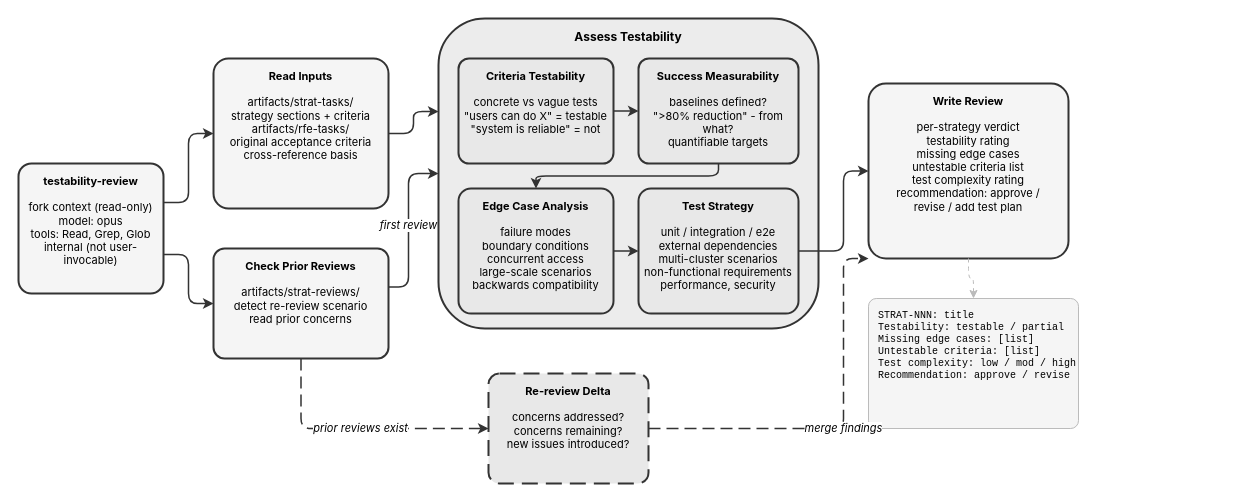
This is site/docs/plugins/rfe-creator/testability-review.drawio from fege/skills-registry, a draw.io file, before an edit. Source tidied: cells renumbered, new cells numbered last; positions are measured from the earlier drawing's top-left corner, leaving out a move shared by most shapes. Both pictures are drawn from the tidied source at 100%, with x=0, y=0 at pixel (18, 18).
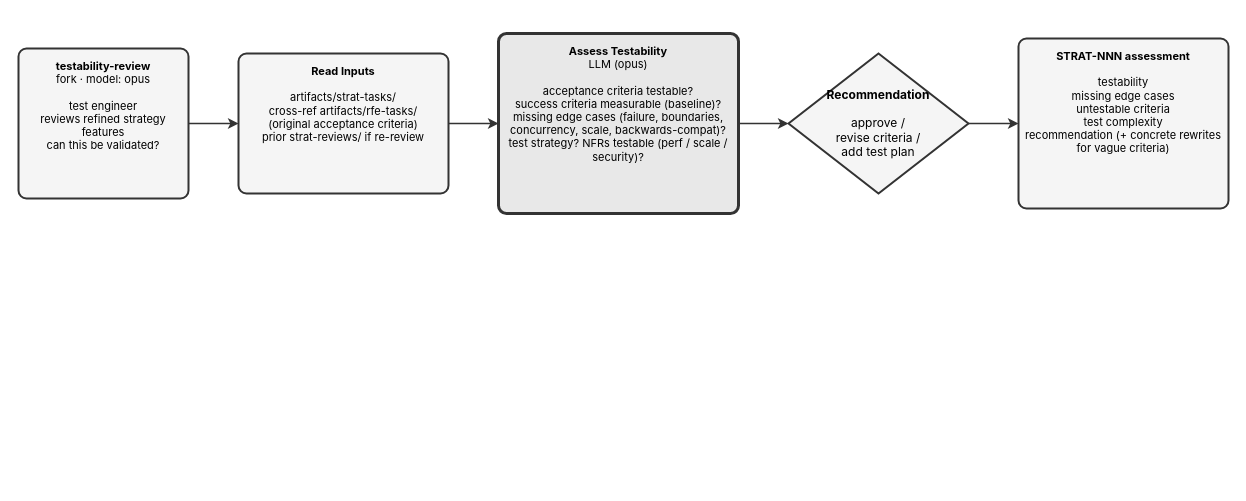
The same diagram, later.

Diff of the diagram source:
```diff
@@
-    <mxCell id="2" value="&lt;b&gt;testability-review&lt;/b&gt;&lt;br&gt;&lt;br&gt;fork context (read-only)&lt;br&gt;model: opus&lt;br&gt;tools: Read, Grep, Glob&lt;br&gt;internal (not user-invocable)" style="rounded=1;whiteSpace=wrap;html=1;fillColor=#f5f5f5;strokeColor=#333333;strokeWidth=2;arcSize=10;verticalAlign=top;spacingTop=5;fontSize=11;fontFamily=Inter,Helvetica,Arial,sans-serif;" parent="1" vertex="1">
-      <mxGeometry y="145" width="145" height="130" as="geometry" />
+    <mxCell id="2" value="&lt;b&gt;testability-review&lt;/b&gt;&lt;br&gt;fork &amp;middot; model: opus&lt;br&gt;&lt;br&gt;test engineer&lt;br&gt;reviews refined strategy features&lt;br&gt;can this be validated?" style="rounded=1;whiteSpace=wrap;html=1;fillColor=#f5f5f5;strokeColor=#333333;strokeWidth=2;verticalAlign=top;spacingTop=5;fontSize=11;fontFamily=Inter,Helvetica,Arial,sans-serif;arcSize=16;absoluteArcSize=1;" parent="1" vertex="1">
+      <mxGeometry y="30" width="170" height="150" as="geometry" />
     </mxCell>
-    <mxCell id="3" value="&lt;b&gt;Read Inputs&lt;/b&gt;&lt;br&gt;&lt;br&gt;artifacts/strat-tasks/&lt;br&gt;strategy sections + criteria&lt;br&gt;artifacts/rfe-tasks/&lt;br&gt;original acceptance criteria&lt;br&gt;cross-reference basis" style="rounded=1;whiteSpace=wrap;html=1;fillColor=#f5f5f5;strokeColor=#333333;strokeWidth=2;arcSize=10;verticalAlign=top;spacingTop=5;fontSize=11;fontFamily=Inter,Helvetica,Arial,sans-serif;" parent="1" vertex="1">
-      <mxGeometry x="195" y="40" width="175" height="150" as="geometry" />
+    <mxCell id="3" value="&lt;b&gt;Read Inputs&lt;/b&gt;&lt;br&gt;&lt;br&gt;artifacts/strat-tasks/&lt;br&gt;cross-ref artifacts/rfe-tasks/&lt;br&gt;(original acceptance criteria)&lt;br&gt;prior strat-reviews/ if re-review" style="rounded=1;whiteSpace=wrap;html=1;fillColor=#f5f5f5;strokeColor=#333333;strokeWidth=2;verticalAlign=top;spacingTop=5;fontSize=11;fontFamily=Inter,Helvetica,Arial,sans-serif;arcSize=16;absoluteArcSize=1;" parent="1" vertex="1">
+      <mxGeometry x="220" y="35" width="210" height="140" as="geometry" />
     </mxCell>
-    <mxCell id="4" value="&lt;b&gt;Check Prior Reviews&lt;/b&gt;&lt;br&gt;&lt;br&gt;artifacts/strat-reviews/&lt;br&gt;detect re-review scenario&lt;br&gt;read prior concerns" style="rounded=1;whiteSpace=wrap;html=1;fillColor=#f5f5f5;strokeColor=#333333;strokeWidth=2;arcSize=10;verticalAlign=top;spacingTop=5;fontSize=11;fontFamily=Inter,Helvetica,Arial,sans-serif;" parent="1" vertex="1">
-      <mxGeometry x="195" y="230" width="175" height="110" as="geometry" />
-    </mxCell>
-    <mxCell id="5" value="&lt;b&gt;Assess Testability&lt;/b&gt;" style="rounded=1;whiteSpace=wrap;html=1;fillColor=#ececec;strokeColor=#333333;strokeWidth=2;verticalAlign=top;spacingTop=5;fontSize=12;fontStyle=1;fontFamily=Inter,Helvetica,Arial,sans-serif;" parent="1" vertex="1">
-      <mxGeometry x="420" width="380" height="310" as="geometry" />
+    <mxCell id="5" value="&lt;b&gt;Assess Testability&lt;/b&gt;&lt;br&gt;LLM (opus)&lt;br&gt;&lt;br&gt;acceptance criteria testable?&lt;br&gt;success criteria measurable (baseline)?&lt;br&gt;missing edge cases (failure, boundaries, concurrency, scale, backwards-compat)?&lt;br&gt;test strategy? NFRs testable (perf / scale / security)?" style="rounded=1;whiteSpace=wrap;html=1;fillColor=#e8e8e8;strokeColor=#333333;strokeWidth=3;verticalAlign=top;spacingTop=5;fontSize=11;fontFamily=Inter,Helvetica,Arial,sans-serif;double=1;arcSize=16;absoluteArcSize=1;" parent="1" vertex="1">
+      <mxGeometry x="480" y="15" width="240" height="180" as="geometry" />
     </mxCell>
-    <mxCell id="6" value="&lt;b&gt;Criteria Testability&lt;/b&gt;&lt;br&gt;&lt;br&gt;concrete vs vague tests&lt;br&gt;&quot;users can do X&quot; = testable&lt;br&gt;&quot;system is reliable&quot; = not" style="rounded=1;whiteSpace=wrap;html=1;fillColor=#e8e8e8;strokeColor=#333333;strokeWidth=2;arcSize=10;verticalAlign=top;spacingTop=5;fontSize=11;fontFamily=Inter,Helvetica,Arial,sans-serif;" parent="5" vertex="1">
-      <mxGeometry x="20" y="40" width="155" height="105" as="geometry" />
-    </mxCell>
-    <mxCell id="7" value="&lt;b&gt;Success Measurability&lt;/b&gt;&lt;br&gt;&lt;br&gt;baselines defined?&lt;br&gt;&quot;&gt;80% reduction&quot; - from what?&lt;br&gt;quantifiable targets" style="rounded=1;whiteSpace=wrap;html=1;fillColor=#e8e8e8;strokeColor=#333333;strokeWidth=2;arcSize=10;verticalAlign=top;spacingTop=5;fontSize=11;fontFamily=Inter,Helvetica,Arial,sans-serif;" parent="5" vertex="1">
-      <mxGeometry x="200" y="40" width="160" height="105" as="geometry" />
-    </mxCell>
-    <mxCell id="8" value="&lt;b&gt;Edge Case Analysis&lt;/b&gt;&lt;br&gt;&lt;br&gt;failure modes&lt;br&gt;boundary conditions&lt;br&gt;concurrent access&lt;br&gt;large-scale scenarios&lt;br&gt;backwards compatibility" style="rounded=1;whiteSpace=wrap;html=1;fillColor=#e8e8e8;strokeColor=#333333;strokeWidth=2;arcSize=10;verticalAlign=top;spacingTop=5;fontSize=11;fontFamily=Inter,Helvetica,Arial,sans-serif;" parent="5" vertex="1">
-      <mxGeometry x="20" y="170" width="155" height="125" as="geometry" />
-    </mxCell>
-    <mxCell id="9" value="&lt;b&gt;Test Strategy&lt;/b&gt;&lt;br&gt;&lt;br&gt;unit / integration / e2e&lt;br&gt;external dependencies&lt;br&gt;multi-cluster scenarios&lt;br&gt;non-functional requirements&lt;br&gt;performance, security" style="rounded=1;whiteSpace=wrap;html=1;fillColor=#e8e8e8;strokeColor=#333333;strokeWidth=2;arcSize=10;verticalAlign=top;spacingTop=5;fontSize=11;fontFamily=Inter,Helvetica,Arial,sans-serif;" parent="5" vertex="1">
-      <mxGeometry x="200" y="170" width="160" height="125" as="geometry" />
-    </mxCell>
-    <mxCell id="10" value="&lt;b&gt;Re-review Delta&lt;/b&gt;&lt;br&gt;&lt;br&gt;concerns addressed?&lt;br&gt;concerns remaining?&lt;br&gt;new issues introduced?" style="rounded=1;whiteSpace=wrap;html=1;fillColor=#e8e8e8;strokeColor=#333333;strokeWidth=2;arcSize=10;dashed=1;dashPattern=8 4;verticalAlign=top;spacingTop=5;fontSize=11;fontFamily=Inter,Helvetica,Arial,sans-serif;" parent="1" vertex="1">
-      <mxGeometry x="470" y="355" width="160" height="110" as="geometry" />
-    </mxCell>
-    <mxCell id="11" value="&lt;b&gt;Write Review&lt;/b&gt;&lt;br&gt;&lt;br&gt;per-strategy verdict&lt;br&gt;testability rating&lt;br&gt;missing edge cases&lt;br&gt;untestable criteria list&lt;br&gt;test complexity rating&lt;br&gt;recommendation: approve /&lt;br&gt;revise / add test plan" style="rounded=1;whiteSpace=wrap;html=1;fillColor=#f5f5f5;strokeColor=#333333;strokeWidth=2;arcSize=10;verticalAlign=top;spacingTop=5;fontSize=11;fontFamily=Inter,Helvetica,Arial,sans-serif;" parent="1" vertex="1">
-      <mxGeometry x="850" y="65" width="200" height="175" as="geometry" />
-    </mxCell>
-    <mxCell id="12" value="STRAT-NNN: title&lt;br&gt;Testability: testable / partial&lt;br&gt;Missing edge cases: [list]&lt;br&gt;Untestable criteria: [list]&lt;br&gt;Test complexity: low / mod / high&lt;br&gt;Recommendation: approve / revise" style="rounded=1;whiteSpace=wrap;html=1;fillColor=#f5f5f5;strokeColor=#bbbbbb;strokeWidth=1;arcSize=6;verticalAlign=top;spacingTop=5;align=left;spacingLeft=8;fontSize=10;fontFamily=JetBrains Mono,Courier New,monospace;" parent="1" vertex="1">
-      <mxGeometry x="850" y="280" width="210" height="130" as="geometry" />
-    </mxCell>
+    <mxCell id="24" value="&lt;b&gt;Recommendation&lt;/b&gt;&lt;br&gt;&lt;br&gt;approve /&lt;br&gt;revise criteria /&lt;br&gt;add test plan" style="rhombus;whiteSpace=wrap;html=1;fillColor=#f5f5f5;strokeColor=#333333;strokeWidth=2;fontSize=12;fontFamily=Inter,Helvetica,Arial,sans-serif;" parent="1" vertex="1">
+      <mxGeometry x="770" y="35" width="180" height="140" as="geometry" />
+    </mxCell>
+    <mxCell id="25" value="&lt;b&gt;STRAT-NNN assessment&lt;/b&gt;&lt;br&gt;&lt;br&gt;testability&lt;br&gt;missing edge cases&lt;br&gt;untestable criteria&lt;br&gt;test complexity&lt;br&gt;recommendation (+ concrete rewrites for vague criteria)" style="rounded=1;whiteSpace=wrap;html=1;fillColor=#f5f5f5;strokeColor=#333333;strokeWidth=2;verticalAlign=top;spacingTop=5;fontSize=11;fontFamily=Inter,Helvetica,Arial,sans-serif;arcSize=16;absoluteArcSize=1;" parent="1" vertex="1">
+      <mxGeometry x="1000" y="20" width="210" height="170" as="geometry" />
+    </mxCell>
-    <mxCell id="13" style="edgeStyle=orthogonalEdgeStyle;rounded=1;strokeColor=#333333;strokeWidth=1.5;html=1;fontFamily=Inter,Helvetica,Arial,sans-serif;exitX=1;exitY=0.3;exitDx=0;exitDy=0;entryX=0;entryY=0.5;entryDx=0;entryDy=0;" parent="1" edge="1" source="2" target="3">
-      <mxGeometry relative="1" as="geometry">
-        <Array as="points">
-          <mxPoint x="170" y="184" />
-          <mxPoint x="170" y="115" />
-        </Array>
-      </mxGeometry>
+    <mxCell id="13" style="edgeStyle=orthogonalEdgeStyle;rounded=1;strokeColor=#333333;strokeWidth=1.5;html=1;fontFamily=Inter,Helvetica,Arial,sans-serif;exitX=1.0;exitY=0.5;exitDx=0;exitDy=0;entryX=0.0;entryY=0.5;entryDx=0;entryDy=0;" parent="1" edge="1" source="2" target="3">
+      <mxGeometry relative="1" as="geometry" />
     </mxCell>
-    <mxCell id="14" style="edgeStyle=orthogonalEdgeStyle;rounded=1;strokeColor=#333333;strokeWidth=1.5;html=1;fontFamily=Inter,Helvetica,Arial,sans-serif;exitX=1;exitY=0.7;exitDx=0;exitDy=0;entryX=0;entryY=0.5;entryDx=0;entryDy=0;" parent="1" edge="1" source="2" target="4">
-      <mxGeometry relative="1" as="geometry">
-        <Array as="points">
-          <mxPoint x="170" y="236" />
-          <mxPoint x="170" y="285" />
-        </Array>
-      </mxGeometry>
-    </mxCell>
-    <mxCell id="15" style="edgeStyle=orthogonalEdgeStyle;rounded=1;strokeColor=#333333;strokeWidth=1.5;html=1;fontFamily=Inter,Helvetica,Arial,sans-serif;exitX=1;exitY=0.5;exitDx=0;exitDy=0;entryX=0;entryY=0.3;entryDx=0;entryDy=0;" parent="1" edge="1" source="3" target="5">
-      <mxGeometry relative="1" as="geometry">
-        <Array as="points">
-          <mxPoint x="395" y="115" />
-          <mxPoint x="395" y="93" />
-        </Array>
-      </mxGeometry>
+    <mxCell id="15" style="edgeStyle=orthogonalEdgeStyle;rounded=1;strokeColor=#333333;strokeWidth=1.5;html=1;fontFamily=Inter,Helvetica,Arial,sans-serif;exitX=1.0;exitY=0.5;exitDx=0;exitDy=0;entryX=0.0;entryY=0.5;entryDx=0;entryDy=0;" parent="1" edge="1" source="3" target="5">
+      <mxGeometry relative="1" as="geometry" />
     </mxCell>
-    <mxCell id="16" value="first review" style="edgeStyle=orthogonalEdgeStyle;rounded=1;strokeColor=#333333;strokeWidth=1.5;html=1;fontStyle=2;fontSize=11;fontFamily=Inter,Helvetica,Arial,sans-serif;exitX=1;exitY=0.35;exitDx=0;exitDy=0;entryX=0;entryY=0.5;entryDx=0;entryDy=0;" parent="1" edge="1" source="4" target="5">
-      <mxGeometry relative="1" as="geometry">
-        <Array as="points">
-          <mxPoint x="390" y="269" />
-          <mxPoint x="390" y="155" />
-        </Array>
-      </mxGeometry>
-    </mxCell>
-    <mxCell id="17" value="prior reviews exist" style="edgeStyle=orthogonalEdgeStyle;rounded=1;strokeColor=#333333;strokeWidth=1.5;dashed=1;dashPattern=8 4;html=1;fontStyle=2;fontSize=11;fontFamily=Inter,Helvetica,Arial,sans-serif;exitX=0.5;exitY=1;exitDx=0;exitDy=0;entryX=0;entryY=0.5;entryDx=0;entryDy=0;" parent="1" edge="1" source="4" target="10">
-      <mxGeometry relative="1" as="geometry">
-        <Array as="points">
-          <mxPoint x="282" y="410" />
-        </Array>
-      </mxGeometry>
-    </mxCell>
-    <mxCell id="18" style="edgeStyle=orthogonalEdgeStyle;rounded=1;strokeColor=#333333;strokeWidth=1.5;html=1;fontFamily=Inter,Helvetica,Arial,sans-serif;exitX=1;exitY=0.5;exitDx=0;exitDy=0;entryX=0;entryY=0.5;entryDx=0;entryDy=0;" parent="1" edge="1" source="6" target="7">
-      <mxGeometry relative="1" as="geometry" />
-    </mxCell>
-    <mxCell id="19" style="edgeStyle=orthogonalEdgeStyle;rounded=1;strokeColor=#333333;strokeWidth=1.5;html=1;fontFamily=Inter,Helvetica,Arial,sans-serif;exitX=0.5;exitY=1;exitDx=0;exitDy=0;entryX=0.5;entryY=0;entryDx=0;entryDy=0;" parent="1" edge="1" source="7" target="8">
-      <mxGeometry relative="1" as="geometry" />
-    </mxCell>
-    <mxCell id="20" style="edgeStyle=orthogonalEdgeStyle;rounded=1;strokeColor=#333333;strokeWidth=1.5;html=1;fontFamily=Inter,Helvetica,Arial,sans-serif;exitX=1;exitY=0.5;exitDx=0;exitDy=0;entryX=0;entryY=0.5;entryDx=0;entryDy=0;" parent="1" edge="1" source="8" target="9">
-      <mxGeometry relative="1" as="geometry" />
-    </mxCell>
-    <mxCell id="21" style="edgeStyle=orthogonalEdgeStyle;rounded=1;strokeColor=#333333;strokeWidth=1.5;html=1;fontFamily=Inter,Helvetica,Arial,sans-serif;exitX=1;exitY=0.5;exitDx=0;exitDy=0;entryX=0;entryY=0.5;entryDx=0;entryDy=0;" parent="1" edge="1" source="9" target="11">
-      <mxGeometry relative="1" as="geometry">
-        <Array as="points">
-          <mxPoint x="825" y="232" />
-          <mxPoint x="825" y="153" />
-        </Array>
-      </mxGeometry>
-    </mxCell>
-    <mxCell id="22" value="merge findings" style="edgeStyle=orthogonalEdgeStyle;rounded=1;strokeColor=#333333;strokeWidth=1.5;dashed=1;dashPattern=8 4;html=1;fontStyle=2;fontSize=11;fontFamily=Inter,Helvetica,Arial,sans-serif;exitX=1;exitY=0.5;exitDx=0;exitDy=0;entryX=0;entryY=1;entryDx=0;entryDy=0;" parent="1" edge="1" source="10" target="11">
-      <mxGeometry relative="1" as="geometry">
-        <Array as="points">
-          <mxPoint x="825" y="410" />
-          <mxPoint x="825" y="240" />
-        </Array>
-      </mxGeometry>
-    </mxCell>
-    <mxCell id="23" style="edgeStyle=orthogonalEdgeStyle;rounded=1;strokeColor=#bbbbbb;strokeWidth=1;dashed=1;dashPattern=4 4;html=1;fontFamily=Inter,Helvetica,Arial,sans-serif;exitX=0.5;exitY=1;exitDx=0;exitDy=0;entryX=0.5;entryY=0;entryDx=0;entryDy=0;" parent="1" edge="1" source="11" target="12">
-      <mxGeometry relative="1" as="geometry" />
-    </mxCell>
+    <mxCell id="26" style="edgeStyle=orthogonalEdgeStyle;rounded=1;strokeColor=#333333;strokeWidth=1.5;html=1;fontFamily=Inter,Helvetica,Arial,sans-serif;exitX=1.0;exitY=0.5;exitDx=0;exitDy=0;entryX=0.0;entryY=0.5;entryDx=0;entryDy=0;" parent="1" edge="1" source="5" target="24">
+      <mxGeometry relative="1" as="geometry" />
+    </mxCell>
+    <mxCell id="27" style="edgeStyle=orthogonalEdgeStyle;rounded=1;strokeColor=#333333;strokeWidth=1.5;html=1;fontFamily=Inter,Helvetica,Arial,sans-serif;exitX=1.0;exitY=0.5;exitDx=0;exitDy=0;entryX=0.0;entryY=0.5;entryDx=0;entryDy=0;" parent="1" edge="1" source="24" target="25">
+      <mxGeometry relative="1" as="geometry" />
+    </mxCell>
```
